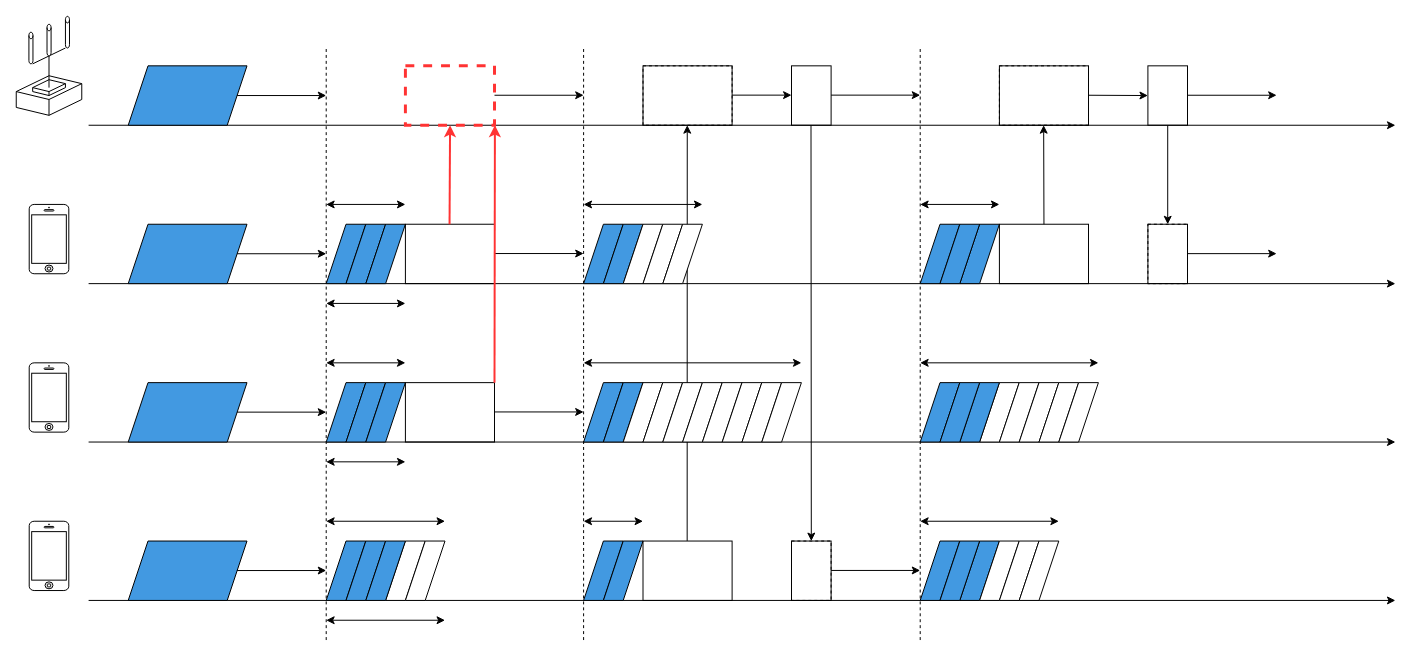
This is paper/assets/csmaca-f.drawio from ShitaLab-TMCIT/IEEE802.11simulator, a draw.io file, before an edit. Source tidied: cells renumbered, new cells numbered last; positions are measured from the earlier drawing's top-left corner, leaving out a move shared by most shapes. Both pictures are drawn from the tidied source at 99%, with x=0, y=0 at pixel (16, 16).
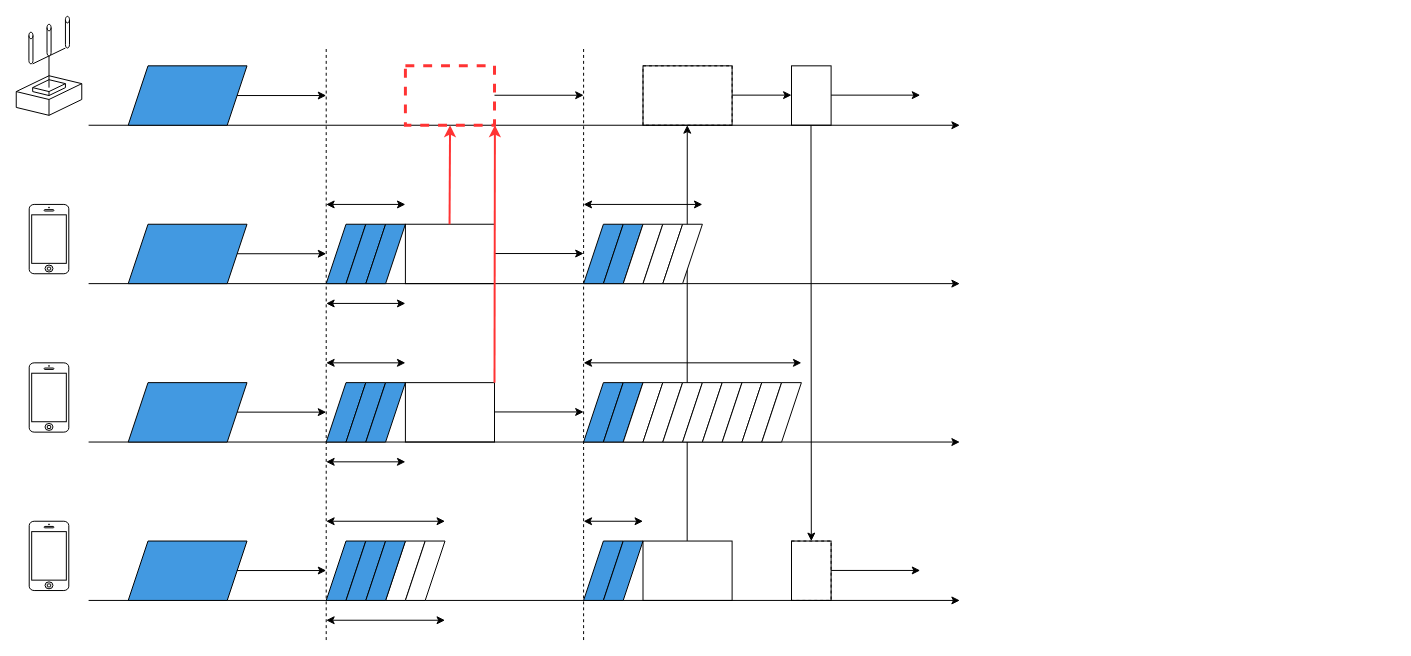
Above is the later version.

The edit, as a diff of the source:
```diff
@@
     <mxCell id="3" style="endArrow=classic;html=1;rounded=0;" parent="1" edge="1">
       <mxGeometry relative="1" as="geometry">
         <mxPoint x="73" y="110" as="sourcePoint" />
-        <mxPoint x="1393" y="110" as="targetPoint" />
+        <mxPoint x="953" y="110" as="targetPoint" />
       </mxGeometry>
     </mxCell>
     <mxCell id="4" style="endArrow=classic;html=1;rounded=0;" parent="1" edge="1">
       <mxGeometry relative="1" as="geometry">
         <mxPoint x="73" y="270" as="sourcePoint" />
-        <mxPoint x="1393" y="270" as="targetPoint" />
+        <mxPoint x="953" y="270" as="targetPoint" />
       </mxGeometry>
     </mxCell>
     <mxCell id="5" style="endArrow=classic;html=1;rounded=0;" parent="1" edge="1">
       <mxGeometry relative="1" as="geometry">
         <mxPoint x="73" y="430" as="sourcePoint" />
-        <mxPoint x="1393" y="430" as="targetPoint" />
+        <mxPoint x="953" y="430" as="targetPoint" />
       </mxGeometry>
     </mxCell>
     <mxCell id="6" style="endArrow=classic;html=1;rounded=0;" parent="1" edge="1">
       <mxGeometry relative="1" as="geometry">
         <mxPoint x="73" y="590" as="sourcePoint" />
-        <mxPoint x="1393" y="590" as="targetPoint" />
+        <mxPoint x="953" y="590" as="targetPoint" />
       </mxGeometry>
     </mxCell>
@@
-    <mxCell id="71" style="endArrow=none;dashed=1;html=1;rounded=0;strokeWidth=1;" parent="1" edge="1">
-      <mxGeometry relative="1" as="geometry">
-        <mxPoint x="913" y="630" as="sourcePoint" />
-        <mxPoint x="913" y="30" as="targetPoint" />
-      </mxGeometry>
-    </mxCell>
-    <mxCell id="72" style="shape=parallelogram;perimeter=parallelogramPerimeter;whiteSpace=wrap;html=1;fixedSize=1;fillColor=#4299E1;size=20;" parent="1" vertex="1">
-      <mxGeometry x="953" y="530" width="40" height="60" as="geometry" />
-    </mxCell>
-    <mxCell id="73" style="shape=parallelogram;perimeter=parallelogramPerimeter;whiteSpace=wrap;html=1;fixedSize=1;fillColor=default;size=20;" parent="1" vertex="1">
-      <mxGeometry x="973" y="530" width="40" height="60" as="geometry" />
-    </mxCell>
-    <mxCell id="74" style="shape=parallelogram;perimeter=parallelogramPerimeter;whiteSpace=wrap;html=1;fixedSize=1;fillColor=default;size=20;" parent="1" vertex="1">
-      <mxGeometry x="993" y="530" width="40" height="60" as="geometry" />
-    </mxCell>
-    <mxCell id="75" style="shape=parallelogram;perimeter=parallelogramPerimeter;whiteSpace=wrap;html=1;fixedSize=1;fillColor=default;size=20;" parent="1" vertex="1">
-      <mxGeometry x="1013" y="530" width="40" height="60" as="geometry" />
-    </mxCell>
-    <mxCell id="76" style="shape=parallelogram;perimeter=parallelogramPerimeter;whiteSpace=wrap;html=1;fixedSize=1;fillColor=#4299E1;size=20;" parent="1" vertex="1">
-      <mxGeometry x="953" y="210" width="40" height="60" as="geometry" />
-    </mxCell>
-    <mxCell id="77" style="rounded=0;whiteSpace=wrap;html=1;fillColor=none;dashed=1;" parent="1" vertex="1">
-      <mxGeometry x="993" y="50" width="90" height="60" as="geometry" />
-    </mxCell>
-    <mxCell id="78" style="endArrow=classic;html=1;rounded=0;" parent="1" edge="1">
-      <mxGeometry relative="1" as="geometry">
-        <mxPoint x="1083" y="79.7" as="sourcePoint" />
-        <mxPoint x="1143" y="80" as="targetPoint" />
-      </mxGeometry>
-    </mxCell>
-    <mxCell id="79" style="rounded=0;whiteSpace=wrap;html=1;fillColor=none;" parent="1" vertex="1">
-      <mxGeometry x="1143" y="50" width="40" height="60" as="geometry" />
-    </mxCell>
-    <mxCell id="80" style="endArrow=classic;html=1;rounded=0;exitX=0.5;exitY=1;exitDx=0;exitDy=0;entryX=0.5;entryY=0;entryDx=0;entryDy=0;" parent="1" edge="1" source="79" target="81">
-      <mxGeometry relative="1" as="geometry" />
-    </mxCell>
-    <mxCell id="81" style="rounded=0;whiteSpace=wrap;html=1;fillColor=none;dashed=1;" parent="1" vertex="1">
-      <mxGeometry x="1143" y="210" width="40" height="60" as="geometry" />
-    </mxCell>
-    <mxCell id="82" style="endArrow=classic;html=1;rounded=0;exitX=1;exitY=0.5;exitDx=0;exitDy=0;" parent="1" edge="1">
-      <mxGeometry relative="1" as="geometry">
-        <mxPoint x="1183" y="79.7" as="sourcePoint" />
-        <mxPoint x="1273" y="79.7" as="targetPoint" />
-      </mxGeometry>
-    </mxCell>
@@
-    <mxCell id="92" style="endArrow=classic;startArrow=classic;html=1;rounded=0;" parent="1" edge="1">
-      <mxGeometry relative="1" as="geometry">
-        <mxPoint x="913" y="190" as="sourcePoint" />
-        <mxPoint x="993" y="190" as="targetPoint" />
-      </mxGeometry>
-    </mxCell>
-    <mxCell id="93" style="endArrow=classic;startArrow=classic;html=1;rounded=0;" parent="1" edge="1">
-      <mxGeometry relative="1" as="geometry">
-        <mxPoint x="913" y="350" as="sourcePoint" />
-        <mxPoint x="1093" y="350" as="targetPoint" />
-      </mxGeometry>
-    </mxCell>
-    <mxCell id="94" style="endArrow=classic;startArrow=classic;html=1;rounded=0;" parent="1" edge="1">
-      <mxGeometry relative="1" as="geometry">
-        <mxPoint x="913" y="510" as="sourcePoint" />
-        <mxPoint x="1053" y="510" as="targetPoint" />
-      </mxGeometry>
-    </mxCell>
@@
-    <mxCell id="112" style="shape=parallelogram;perimeter=parallelogramPerimeter;whiteSpace=wrap;html=1;fixedSize=1;fillColor=#4299E1;size=20;" parent="1" vertex="1">
-      <mxGeometry x="913" y="530" width="40" height="60" as="geometry" />
-    </mxCell>
-    <mxCell id="113" style="shape=parallelogram;perimeter=parallelogramPerimeter;whiteSpace=wrap;html=1;fixedSize=1;fillColor=#4299E1;size=20;" parent="1" vertex="1">
-      <mxGeometry x="933" y="530" width="40" height="60" as="geometry" />
-    </mxCell>
-    <mxCell id="114" style="shape=parallelogram;perimeter=parallelogramPerimeter;whiteSpace=wrap;html=1;fixedSize=1;fillColor=default;size=20;" parent="1" vertex="1">
-      <mxGeometry x="973" y="370" width="40" height="60" as="geometry" />
-    </mxCell>
-    <mxCell id="115" style="shape=parallelogram;perimeter=parallelogramPerimeter;whiteSpace=wrap;html=1;fixedSize=1;fillColor=default;size=20;" parent="1" vertex="1">
-      <mxGeometry x="993" y="370" width="40" height="60" as="geometry" />
-    </mxCell>
-    <mxCell id="116" style="shape=parallelogram;perimeter=parallelogramPerimeter;whiteSpace=wrap;html=1;fixedSize=1;fillColor=default;size=20;" parent="1" vertex="1">
-      <mxGeometry x="1013" y="370" width="40" height="60" as="geometry" />
-    </mxCell>
-    <mxCell id="117" style="shape=parallelogram;perimeter=parallelogramPerimeter;whiteSpace=wrap;html=1;fixedSize=1;fillColor=default;size=20;" parent="1" vertex="1">
-      <mxGeometry x="1033" y="370" width="40" height="60" as="geometry" />
-    </mxCell>
-    <mxCell id="118" style="shape=parallelogram;perimeter=parallelogramPerimeter;whiteSpace=wrap;html=1;fixedSize=1;fillColor=default;size=20;" parent="1" vertex="1">
-      <mxGeometry x="1053" y="370" width="40" height="60" as="geometry" />
-    </mxCell>
-    <mxCell id="119" style="shape=parallelogram;perimeter=parallelogramPerimeter;whiteSpace=wrap;html=1;fixedSize=1;fillColor=#4299E1;size=20;" parent="1" vertex="1">
-      <mxGeometry x="953" y="370" width="40" height="60" as="geometry" />
-    </mxCell>
-    <mxCell id="120" style="shape=parallelogram;perimeter=parallelogramPerimeter;whiteSpace=wrap;html=1;fixedSize=1;fillColor=#4299E1;size=20;" parent="1" vertex="1">
-      <mxGeometry x="913" y="370" width="40" height="60" as="geometry" />
-    </mxCell>
-    <mxCell id="121" style="shape=parallelogram;perimeter=parallelogramPerimeter;whiteSpace=wrap;html=1;fixedSize=1;fillColor=#4299E1;size=20;" parent="1" vertex="1">
-      <mxGeometry x="933" y="370" width="40" height="60" as="geometry" />
-    </mxCell>
-    <mxCell id="122" style="shape=parallelogram;perimeter=parallelogramPerimeter;whiteSpace=wrap;html=1;fixedSize=1;fillColor=#4299E1;size=20;" parent="1" vertex="1">
-      <mxGeometry x="913" y="210" width="40" height="60" as="geometry" />
-    </mxCell>
-    <mxCell id="123" style="shape=parallelogram;perimeter=parallelogramPerimeter;whiteSpace=wrap;html=1;fixedSize=1;fillColor=#4299E1;size=20;" parent="1" vertex="1">
-      <mxGeometry x="933" y="210" width="40" height="60" as="geometry" />
-    </mxCell>
-    <mxCell id="124" style="rounded=0;whiteSpace=wrap;html=1;fillColor=none;" parent="1" vertex="1">
-      <mxGeometry x="993" y="210" width="90" height="60" as="geometry" />
-    </mxCell>
-    <mxCell id="125" style="endArrow=classic;html=1;rounded=0;exitX=1;exitY=0.5;exitDx=0;exitDy=0;" parent="1" edge="1">
-      <mxGeometry relative="1" as="geometry">
-        <mxPoint x="1183" y="239.7" as="sourcePoint" />
-        <mxPoint x="1273" y="239.7" as="targetPoint" />
-      </mxGeometry>
-    </mxCell>
-    <mxCell id="126" style="endArrow=classic;html=1;rounded=0;exitX=0.5;exitY=0;exitDx=0;exitDy=0;" parent="1" edge="1" source="124">
-      <mxGeometry relative="1" as="geometry">
-        <mxPoint x="1037.7" y="110" as="targetPoint" />
-      </mxGeometry>
-    </mxCell>
@@
-    <mxCell id="129" style="rounded=0;whiteSpace=wrap;html=1;fillColor=none;" parent="1" vertex="1">
-      <mxGeometry x="993" y="50" width="90" height="60" as="geometry" />
-    </mxCell>
-    <mxCell id="130" style="rounded=0;whiteSpace=wrap;html=1;fillColor=none;" parent="1" vertex="1">
-      <mxGeometry x="1143" y="210" width="40" height="60" as="geometry" />
-    </mxCell>
```
